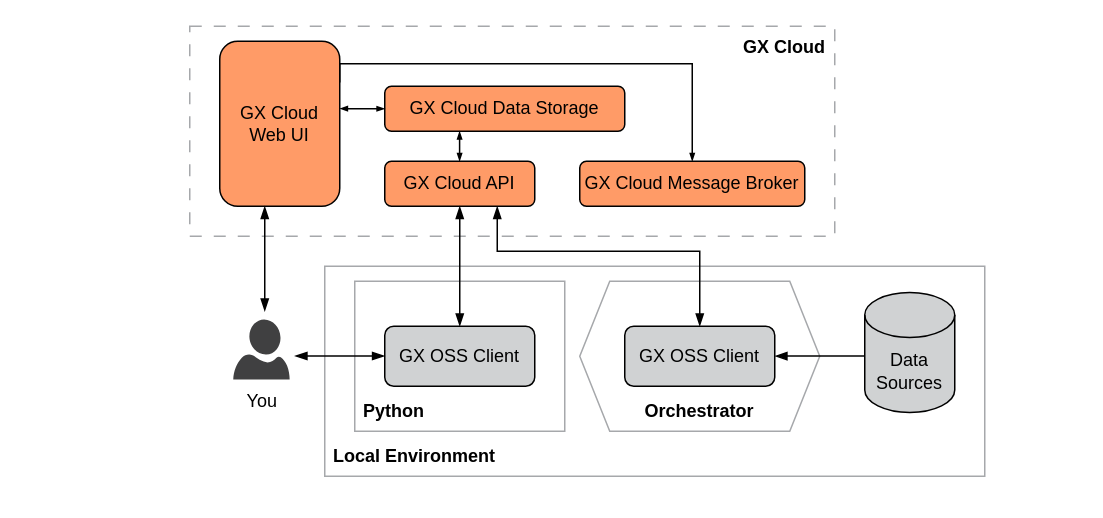
The draw.io diagram page "deployment-orchestrator" (4 of 5) of docs/docusaurus/docs/cloud/architecture_deployment_images/gx_cloud_architecture_and_deployment_diagrams.drawio in great-expectations/great_expectations, before the edit. Source tidied: cells renumbered, new cells numbered last; positions are measured from the earlier drawing's top-left corner, leaving out a move shared by most shapes. Both pictures are drawn from the tidied source at 150%, with x=0, y=0 at pixel (189, 26).
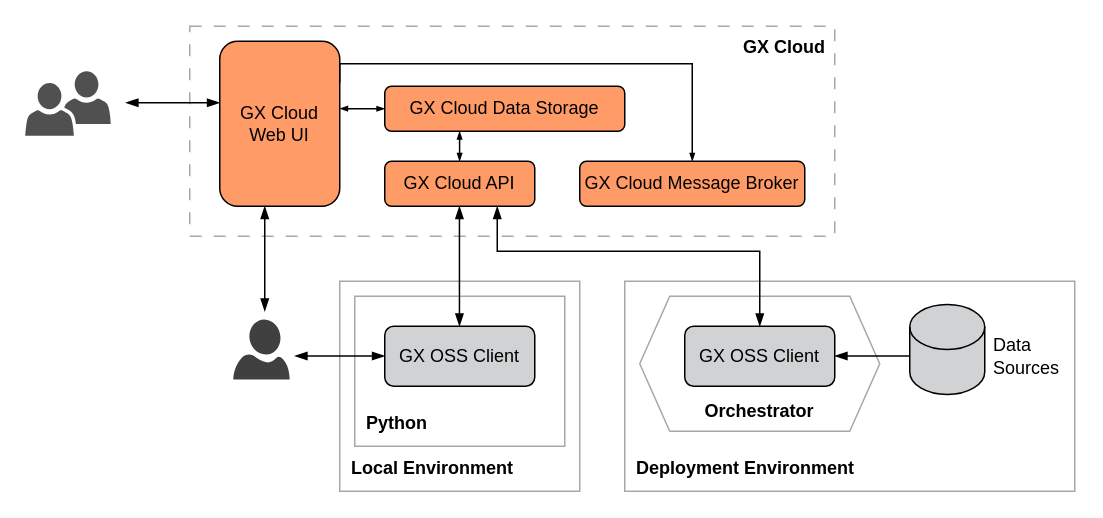
The same diagram, later.

Commit message (it also covers changes not shown here):
update About GX Cloud to reference GX Agent running in deployment environment

Unchanged cells that the change refers to:
```xml
<mxCell id="20" value="GX Cloud API" style="rounded=1;whiteSpace=wrap;html=1;strokeWidth=1;fillColor=#FF9B67;" parent="1" vertex="1">
  <mxGeometry x="130" y="90" width="100" height="30" as="geometry" />
</mxCell>
```

Diff of the diagram source:
```diff
@@
+    <mxCell id="27" style="rounded=0;whiteSpace=wrap;html=1;strokeColor=#a6a8ab;fillColor=none;perimeterSpacing=0;" parent="1" vertex="1">
+      <mxGeometry x="100" y="170" width="160" height="140" as="geometry" />
+    </mxCell>
     <mxCell id="2" style="rounded=0;whiteSpace=wrap;html=1;strokeColor=#A6A8AB;fillColor=none;perimeterSpacing=0;" parent="1" vertex="1">
-      <mxGeometry x="90" y="160" width="440" height="140" as="geometry" />
+      <mxGeometry x="290" y="170" width="300" height="140" as="geometry" />
     </mxCell>
     <mxCell id="3" style="shape=hexagon;perimeter=hexagonPerimeter2;whiteSpace=wrap;html=1;fixedSize=1;fillColor=none;strokeColor=#A6A8AB;" parent="1" vertex="1">
-      <mxGeometry x="260" y="170" width="160" height="100" as="geometry" />
+      <mxGeometry x="300" y="180" width="160" height="90" as="geometry" />
     </mxCell>
-    <mxCell id="4" value="&lt;b&gt;Local Environment&lt;/b&gt;" style="text;html=1;strokeColor=none;fillColor=none;align=left;verticalAlign=bottom;whiteSpace=wrap;rounded=0;spacing=0;spacingTop=2;spacingLeft=6;spacingRight=6;spacingBottom=6;" parent="1" vertex="1">
-      <mxGeometry x="90" y="270" width="120" height="30" as="geometry" />
+    <mxCell id="4" value="&lt;b&gt;Deployment Environment&lt;/b&gt;" style="text;html=1;strokeColor=none;fillColor=none;align=left;verticalAlign=bottom;whiteSpace=wrap;rounded=0;spacing=8;spacingTop=0;spacingLeft=0;spacingRight=0;spacingBottom=0;" parent="1" vertex="1">
+      <mxGeometry x="290" y="280" width="190" height="30" as="geometry" />
     </mxCell>
-    <mxCell id="5" style="shape=cylinder3;whiteSpace=wrap;html=1;boundedLbl=1;backgroundOutline=1;size=15;strokeWidth=1;fillColor=#D0D2D3;" parent="1" vertex="1">
-      <mxGeometry x="450" y="177.5" width="60" height="80" as="geometry" />
-    </mxCell>
-    <mxCell id="6" value="Data Sources" style="text;html=1;strokeColor=none;fillColor=none;align=center;verticalAlign=middle;whiteSpace=wrap;rounded=0;" parent="1" vertex="1">
-      <mxGeometry x="450" y="215" width="60" height="30" as="geometry" />
-    </mxCell>
     <mxCell id="7" style="endArrow=blockThin;startArrow=blockThin;html=1;rounded=0;entryX=0.75;entryY=1;entryDx=0;entryDy=0;startFill=1;endFill=1;exitX=0.5;exitY=0;exitDx=0;exitDy=0;edgeStyle=orthogonalEdgeStyle;" parent="1" edge="1" source="9">
       <mxGeometry relative="1" as="geometry">
         <mxPoint x="205" y="120" as="targetPoint" />
         <Array as="points">
-          <mxPoint x="340" y="150" />
+          <mxPoint x="380" y="150" />
           <mxPoint x="205" y="150" />
         </Array>
       </mxGeometry>
     </mxCell>
     <mxCell id="8" value="&lt;b&gt;Orchestrator&lt;/b&gt;" style="text;html=1;strokeColor=none;fillColor=none;align=center;verticalAlign=bottom;whiteSpace=wrap;rounded=0;spacing=0;spacingTop=2;spacingLeft=6;spacingRight=6;spacingBottom=6;" parent="1" vertex="1">
-      <mxGeometry x="280" y="240" width="120" height="30" as="geometry" />
+      <mxGeometry x="320" y="240" width="120" height="30" as="geometry" />
     </mxCell>
     <mxCell id="9" value="GX OSS Client" style="rounded=1;whiteSpace=wrap;html=1;glass=0;strokeWidth=1;fillColor=#D0D2D3;" parent="1" vertex="1">
-      <mxGeometry x="290" y="200" width="100" height="40" as="geometry" />
+      <mxGeometry x="330" y="200" width="100" height="40" as="geometry" />
     </mxCell>
-    <mxCell id="10" value="You" style="sketch=0;shadow=0;dashed=0;html=1;strokeColor=none;labelPosition=center;verticalLabelPosition=bottom;verticalAlign=top;align=center;fillColor=#404041;shape=mxgraph.azure.user;" parent="1" vertex="1">
+    <mxCell id="10" style="sketch=0;shadow=0;dashed=0;html=1;strokeColor=none;labelPosition=center;verticalLabelPosition=bottom;verticalAlign=top;align=center;fillColor=#404041;shape=mxgraph.azure.user;" parent="1" vertex="1">
       <mxGeometry x="29" y="195.5" width="37.6" height="40" as="geometry" />
     </mxCell>
     <mxCell id="11" style="rounded=0;whiteSpace=wrap;html=1;strokeColor=#A6A8AB;fillColor=none;perimeterSpacing=0;" parent="1" vertex="1">
-      <mxGeometry x="110" y="170" width="140" height="100" as="geometry" />
+      <mxGeometry x="110" y="180" width="140" height="100" as="geometry" />
     </mxCell>
-    <mxCell id="12" value="&lt;b&gt;Python&lt;/b&gt;" style="text;html=1;strokeColor=none;fillColor=none;align=left;verticalAlign=bottom;whiteSpace=wrap;rounded=0;spacing=0;spacingTop=2;spacingLeft=6;spacingRight=6;spacingBottom=6;" parent="1" vertex="1">
-      <mxGeometry x="110" y="240" width="60" height="30" as="geometry" />
+    <mxCell id="12" value="&lt;b&gt;Python&lt;/b&gt;" style="text;html=1;strokeColor=none;fillColor=none;align=left;verticalAlign=bottom;whiteSpace=wrap;rounded=0;spacing=8;spacingTop=0;spacingLeft=0;spacingRight=0;spacingBottom=0;" parent="1" vertex="1">
+      <mxGeometry x="110" y="250" width="60" height="30" as="geometry" />
     </mxCell>
-    <mxCell id="13" value="GX OSS Client" style="rounded=1;whiteSpace=wrap;html=1;glass=0;strokeWidth=1;fillColor=#D0D2D3;" parent="1" vertex="1">
-      <mxGeometry x="130" y="200" width="100" height="40" as="geometry" />
-    </mxCell>
@@
     <mxCell id="15" style="endArrow=none;startArrow=blockThin;html=1;rounded=0;startFill=1;endFill=0;" parent="1" edge="1">
       <mxGeometry relative="1" as="geometry">
-        <mxPoint x="390" y="219.9" as="sourcePoint" />
-        <mxPoint x="450" y="219.9" as="targetPoint" />
+        <mxPoint x="430" y="219.8" as="sourcePoint" />
+        <mxPoint x="489.7" y="219.8" as="targetPoint" />
       </mxGeometry>
     </mxCell>
@@
-    <mxCell id="24" style="endArrow=blockThin;startArrow=blockThin;html=1;rounded=0;entryX=0.5;entryY=1;entryDx=0;entryDy=0;startFill=1;endFill=1;" parent="1" edge="1" source="13" target="20">
-      <mxGeometry relative="1" as="geometry" />
-    </mxCell>
@@
+    <mxCell id="6" value="Data Sources" style="text;html=1;strokeColor=none;fillColor=none;align=left;verticalAlign=middle;whiteSpace=wrap;rounded=0;" parent="1" vertex="1">
+      <mxGeometry x="534" y="205" width="52.5" height="30" as="geometry" />
+    </mxCell>
+    <mxCell id="28" style="shape=cylinder3;whiteSpace=wrap;html=1;boundedLbl=1;backgroundOutline=1;size=15;strokeWidth=1;fillColor=#D0D2D3;" parent="1" vertex="1">
+      <mxGeometry x="480" y="185.5" width="50" height="60" as="geometry" />
+    </mxCell>
+    <mxCell id="29" value="&lt;b&gt;Local Environment&lt;/b&gt;" style="text;html=1;strokeColor=none;fillColor=none;align=left;verticalAlign=bottom;whiteSpace=wrap;rounded=0;spacing=8;spacingTop=0;spacingLeft=0;spacingRight=0;spacingBottom=0;" parent="1" vertex="1">
+      <mxGeometry x="100" y="280" width="150" height="30" as="geometry" />
+    </mxCell>
+    <mxCell id="30" style="sketch=0;shadow=0;dashed=0;html=1;strokeColor=none;fillColor=#505050;labelPosition=center;verticalLabelPosition=bottom;verticalAlign=top;align=center;shape=mxgraph.office.users.users_two;" parent="1" vertex="1">
+      <mxGeometry x="-109.7" y="30" width="57" height="43" as="geometry" />
+    </mxCell>
+    <mxCell id="31" style="endArrow=blockThin;startArrow=blockThin;html=1;rounded=0;startFill=1;endFill=1;exitX=0.5;exitY=0;exitDx=0;exitDy=0;" parent="1" edge="1">
+      <mxGeometry relative="1" as="geometry">
+        <mxPoint x="-42.7" y="51" as="sourcePoint" />
+        <mxPoint x="20" y="51" as="targetPoint" />
+      </mxGeometry>
+    </mxCell>
+    <mxCell id="32" style="endArrow=blockThin;startArrow=blockThin;html=1;rounded=0;startFill=1;endFill=1;" parent="1" edge="1">
+      <mxGeometry relative="1" as="geometry">
+        <mxPoint x="179.8" y="200" as="sourcePoint" />
+        <mxPoint x="179.8" y="120" as="targetPoint" />
+      </mxGeometry>
+    </mxCell>
+    <mxCell id="13" value="GX OSS Client" style="rounded=1;whiteSpace=wrap;html=1;glass=0;strokeWidth=1;fillColor=#D0D2D3;" parent="1" vertex="1">
+      <mxGeometry x="130" y="200" width="100" height="40" as="geometry" />
+    </mxCell>
```
